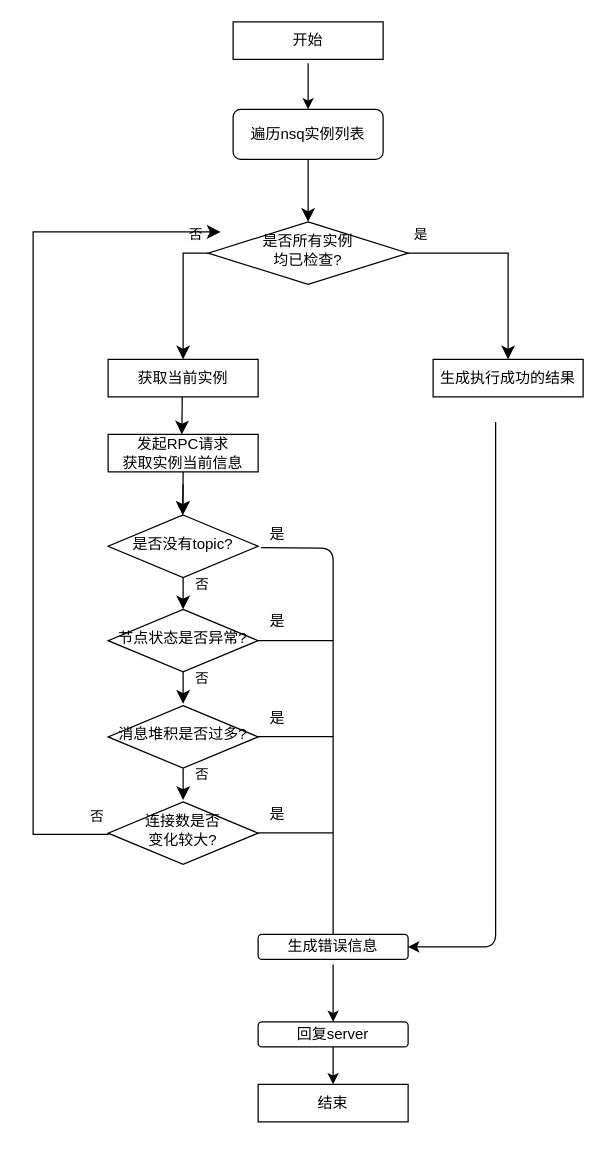
Earlier version of the draw.io diagram Copy of eagle3.drawio (logxxx/Something). Source tidied: cells renumbered, new cells numbered last; positions are measured from the earlier drawing's top-left corner, leaving out a move shared by most shapes. Both pictures are drawn from the tidied source at 125%, with x=0, y=0 at pixel (32, 21).
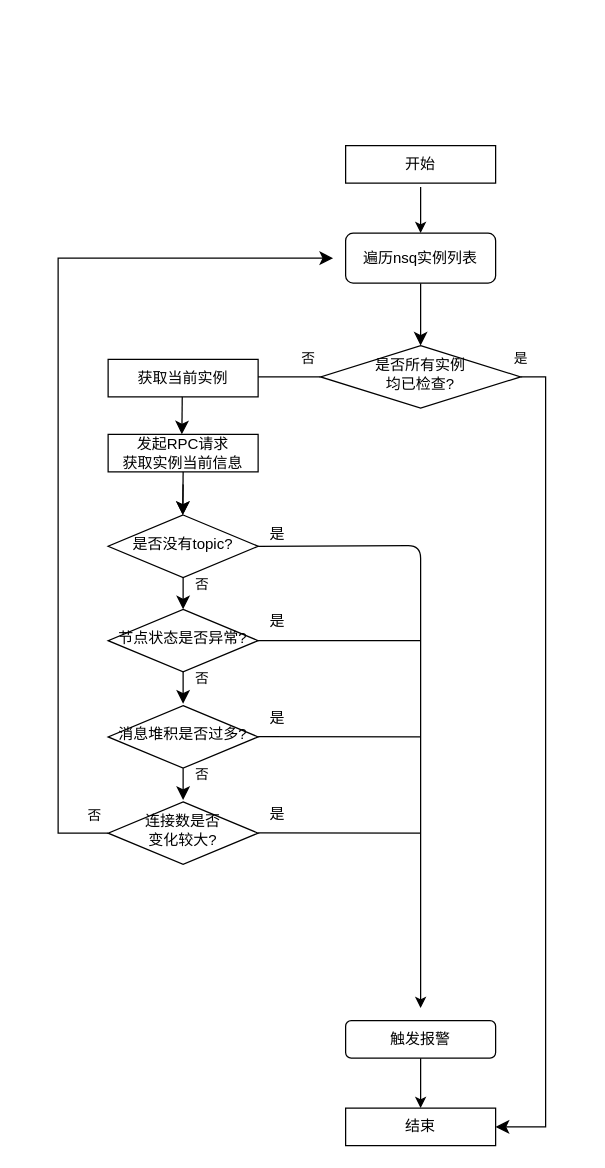
After the change.

Unchanged cells that the change refers to:
```xml
<mxCell id="10" value="是否没有topic?" style="rhombus;whiteSpace=wrap;html=1;shadow=0;fontFamily=Helvetica;fontSize=12;align=center;strokeWidth=1;spacing=6;spacingTop=-4;" parent="1" vertex="1">
  <mxGeometry x="60" y="394.5" width="120" height="50" as="geometry" />
</mxCell>
<mxCell id="23" value="是" style="text;html=1;align=center;verticalAlign=middle;points=[];strokeColor=none;" parent="1" vertex="1">
  <mxGeometry x="180" y="400" width="30" height="20" as="geometry" />
</mxCell>
<mxCell id="34" value="连接数是否&lt;br&gt;变化较大?" style="rhombus;whiteSpace=wrap;html=1;shadow=0;fontFamily=Helvetica;fontSize=12;align=center;strokeWidth=1;spacing=6;spacingTop=-4;" parent="1" vertex="1">
  <mxGeometry x="60" y="624" width="120" height="50" as="geometry" />
</mxCell>
```

The edit, as a diff of the source:
```diff
@@
     <mxCell id="3" value="遍历nsq实例列表" style="rounded=1;whiteSpace=wrap;html=1;fontSize=12;glass=0;strokeWidth=1;shadow=0;" parent="1" vertex="1">
-      <mxGeometry x="160" y="70" width="120" height="40" as="geometry" />
+      <mxGeometry x="250" y="169" width="120" height="40" as="geometry" />
     </mxCell>
     <mxCell id="4" value="否" style="rounded=0;html=1;jettySize=auto;fontSize=11;endArrow=classic;endFill=1;endSize=8;strokeWidth=1;shadow=0;labelBackgroundColor=none;edgeStyle=orthogonalEdgeStyle;exitX=0;exitY=0.5;exitDx=0;exitDy=0;" parent="1" edge="1" source="6">
-      <mxGeometry x="-0.81" y="-15" relative="1" as="geometry">
-        <mxPoint x="120" y="270" as="targetPoint" />
+      <mxGeometry x="-0.78" y="-15" relative="1" as="geometry">
+        <mxPoint x="140" y="284" as="targetPoint" />
       </mxGeometry>
     </mxCell>
-    <mxCell id="5" value="是" style="edgeStyle=orthogonalEdgeStyle;rounded=0;html=1;jettySize=auto;fontSize=11;endArrow=classic;endFill=1;endSize=8;strokeWidth=1;shadow=0;labelBackgroundColor=none;entryX=0.5;entryY=0;entryDx=0;entryDy=0;" parent="1" edge="1" source="6" target="17">
-      <mxGeometry x="-0.88" y="15" relative="1" as="geometry" />
+    <mxCell id="5" value="是" style="edgeStyle=orthogonalEdgeStyle;rounded=0;html=1;jettySize=auto;fontSize=11;endArrow=classic;endFill=1;endSize=8;strokeWidth=1;shadow=0;labelBackgroundColor=none;" parent="1" edge="1" source="6">
+      <mxGeometry x="-1" y="15" relative="1" as="geometry">
+        <mxPoint x="370" y="884" as="targetPoint" />
+        <Array as="points">
+          <mxPoint x="410" y="284" />
+          <mxPoint x="410" y="884" />
+        </Array>
+      </mxGeometry>
     </mxCell>
     <mxCell id="6" value="是否所有实例&lt;br&gt;均已检查?" style="rhombus;whiteSpace=wrap;html=1;shadow=0;fontFamily=Helvetica;fontSize=12;align=center;strokeWidth=1;spacing=6;spacingTop=-4;" parent="1" vertex="1">
-      <mxGeometry x="140" y="160" width="160" height="50" as="geometry" />
+      <mxGeometry x="230" y="259" width="160" height="50" as="geometry" />
     </mxCell>
@@
-    <mxCell id="13" value="生成错误信息" style="rounded=1;whiteSpace=wrap;html=1;fontSize=12;glass=0;strokeWidth=1;shadow=0;" parent="1" vertex="1">
-      <mxGeometry x="180" y="730" width="120" height="20" as="geometry" />
+    <mxCell id="13" value="触发报警" style="rounded=1;whiteSpace=wrap;html=1;fontSize=12;glass=0;strokeWidth=1;shadow=0;" parent="1" vertex="1">
+      <mxGeometry x="250" y="799" width="120" height="30" as="geometry" />
     </mxCell>
-    <mxCell id="14" style="endArrow=classic;html=1;exitX=0.5;exitY=1;exitDx=0;exitDy=0;" parent="1" edge="1">
-      <mxGeometry relative="1" as="geometry">
-        <mxPoint x="370" y="320" as="sourcePoint" />
-        <mxPoint x="300" y="740" as="targetPoint" />
-        <Array as="points">
-          <mxPoint x="370" y="740" />
-        </Array>
-      </mxGeometry>
-    </mxCell>
-    <mxCell id="15" style="endArrow=classic;html=1;entryX=0.5;entryY=0;entryDx=0;entryDy=0;" parent="1" edge="1" target="16">
+    <mxCell id="15" style="endArrow=classic;html=1;exitX=1;exitY=0.5;exitDx=0;exitDy=0;" parent="1" edge="1" source="10">
       <mxGeometry relative="1" as="geometry">
-        <mxPoint x="240" y="754" as="sourcePoint" />
+        <mxPoint x="310" y="789" as="targetPoint" />
         <Array as="points">
-          <mxPoint x="240" y="770" />
+          <mxPoint x="310" y="419" />
         </Array>
       </mxGeometry>
     </mxCell>
-    <mxCell id="16" value="回复server" style="rounded=1;whiteSpace=wrap;html=1;fontSize=12;glass=0;strokeWidth=1;shadow=0;" parent="1" vertex="1">
-      <mxGeometry x="180" y="800" width="120" height="20" as="geometry" />
-    </mxCell>
-    <mxCell id="17" value="生成执行成功的结果" style="rounded=0;whiteSpace=wrap;html=1;" parent="1" vertex="1">
-      <mxGeometry x="320" y="270" width="120" height="30" as="geometry" />
-    </mxCell>
-    <mxCell id="18" style="endArrow=classic;html=1;exitX=0.5;exitY=1;exitDx=0;exitDy=0;" parent="1" edge="1" source="16">
-      <mxGeometry relative="1" as="geometry">
-        <mxPoint x="240" y="850" as="targetPoint" />
-      </mxGeometry>
+    <mxCell id="18" style="endArrow=classic;html=1;exitX=0.5;exitY=1;exitDx=0;exitDy=0;entryX=0.5;entryY=0;entryDx=0;entryDy=0;" parent="1" edge="1" source="13" target="19">
+      <mxGeometry relative="1" as="geometry" />
     </mxCell>
     <mxCell id="19" value="结束" style="rounded=0;whiteSpace=wrap;html=1;" parent="1" vertex="1">
-      <mxGeometry x="180" y="850" width="120" height="30" as="geometry" />
+      <mxGeometry x="250" y="869" width="120" height="30" as="geometry" />
     </mxCell>
     <mxCell id="20" value="开始" style="rounded=0;whiteSpace=wrap;html=1;" parent="1" vertex="1">
-      <mxGeometry x="160" width="120" height="30" as="geometry" />
+      <mxGeometry x="250" y="99" width="120" height="30" as="geometry" />
     </mxCell>
     <mxCell id="21" style="endArrow=classic;html=1;" parent="1" edge="1">
       <mxGeometry relative="1" as="geometry">
-        <mxPoint x="220" y="33" as="sourcePoint" />
-        <mxPoint x="220" y="70" as="targetPoint" />
+        <mxPoint x="310" y="132" as="sourcePoint" />
+        <mxPoint x="310" y="169" as="targetPoint" />
       </mxGeometry>
     </mxCell>
@@
     <mxCell id="27" value="否" style="edgeStyle=orthogonalEdgeStyle;rounded=0;html=1;jettySize=auto;fontSize=11;endArrow=classic;endFill=1;endSize=8;strokeWidth=1;shadow=0;labelBackgroundColor=none;exitX=0;exitY=0.5;exitDx=0;exitDy=0;" parent="1" edge="1" source="34">
       <mxGeometry x="-0.97" y="-14" relative="1" as="geometry">
-        <mxPoint x="150" y="168" as="targetPoint" />
+        <mxPoint x="240" y="189" as="targetPoint" />
         <Array as="points">
-          <mxPoint y="650" />
-          <mxPoint y="168" />
+          <mxPoint x="20" y="649" />
+          <mxPoint x="20" y="189" />
         </Array>
       </mxGeometry>
     </mxCell>
@@
-    <mxCell id="30" style="endArrow=none;html=1;exitX=0.076;exitY=1.029;exitDx=0;exitDy=0;exitPerimeter=0;entryX=0.5;entryY=0;entryDx=0;entryDy=0;" parent="1" edge="1" source="23" target="13">
-      <mxGeometry relative="1" as="geometry">
-        <Array as="points">
-          <mxPoint x="240" y="421" />
-        </Array>
-      </mxGeometry>
-    </mxCell>
     <mxCell id="31" style="endArrow=none;html=1;" parent="1" edge="1">
       <mxGeometry relative="1" as="geometry">
         <mxPoint x="180" y="495" as="sourcePoint" />
-        <mxPoint x="240" y="495" as="targetPoint" />
+        <mxPoint x="310" y="495" as="targetPoint" />
       </mxGeometry>
     </mxCell>
     <mxCell id="32" style="endArrow=none;html=1;" parent="1" edge="1">
       <mxGeometry relative="1" as="geometry">
         <mxPoint x="180" y="571.7" as="sourcePoint" />
-        <mxPoint x="240" y="571.7" as="targetPoint" />
+        <mxPoint x="310" y="572" as="targetPoint" />
       </mxGeometry>
     </mxCell>
@@
     <mxCell id="36" style="endArrow=none;html=1;" parent="1" edge="1">
       <mxGeometry relative="1" as="geometry">
         <mxPoint x="180" y="648.7" as="sourcePoint" />
-        <mxPoint x="240" y="648.7" as="targetPoint" />
+        <mxPoint x="310" y="649" as="targetPoint" />
       </mxGeometry>
     </mxCell>
```
